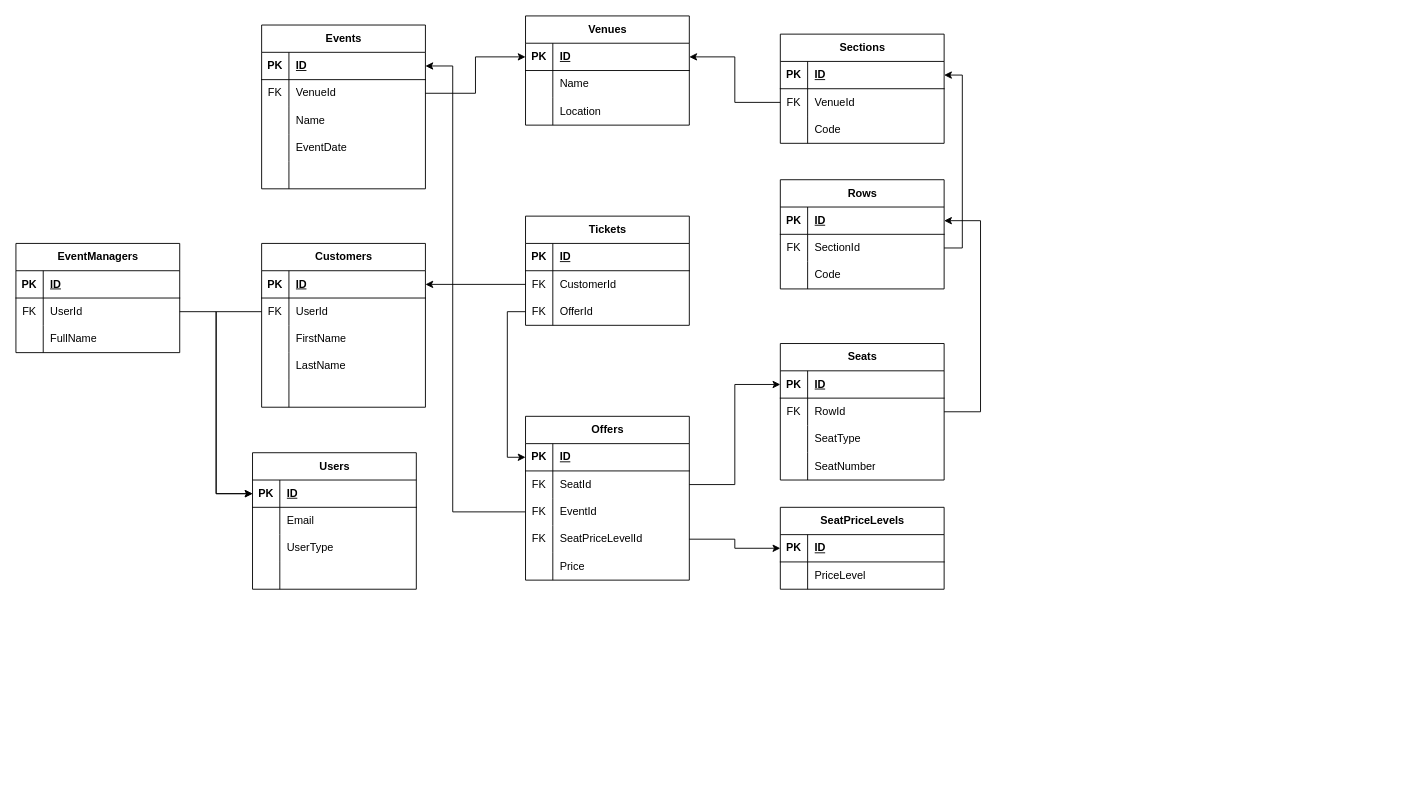
The draw.io diagram module2_persistance/draft_schema.drawio in kuzmich-oleg/net-mentoring-intermediate-plus, before the edit. Source tidied: cells renumbered, new cells numbered last; positions are measured from the earlier drawing's top-left corner, leaving out a move shared by most shapes. Both pictures are drawn from the tidied source at 91%, with x=0, y=0 at pixel (15, 15).
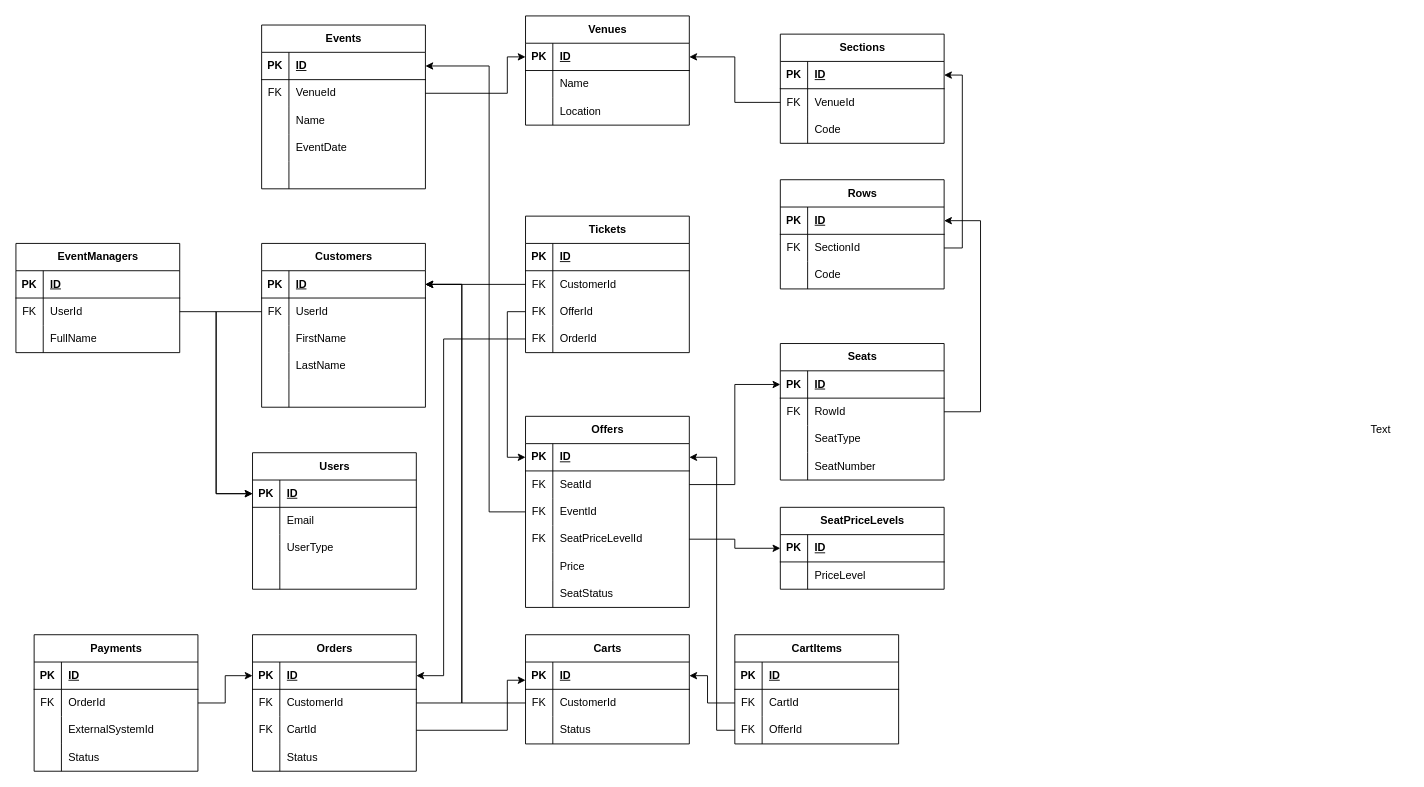
After the change.

Unchanged cells that the change refers to:
```xml
<mxCell id="3" style="shape=tableRow;horizontal=0;startSize=0;swimlaneHead=0;swimlaneBody=0;fillColor=none;points=[[0,0.5],[1,0.5]];portConstraint=eastwest;top=0;left=0;right=0;bottom=1;" parent="2" vertex="1">
  <mxGeometry y="30" width="180" height="30" as="geometry" />
</mxCell>
<mxCell id="13" style="shape=tableRow;horizontal=0;startSize=0;swimlaneHead=0;swimlaneBody=0;fillColor=none;points=[[0,0.5],[1,0.5]];portConstraint=eastwest;top=0;left=0;right=0;bottom=1;" parent="12" vertex="1">
  <mxGeometry y="30" width="180" height="30" as="geometry" />
</mxCell>
<mxCell id="16" style="shape=tableRow;horizontal=0;startSize=0;swimlaneHead=0;swimlaneBody=0;fillColor=none;points=[[0,0.5],[1,0.5]];portConstraint=eastwest;top=0;left=0;right=0;bottom=0;" parent="12" vertex="1">
  <mxGeometry y="60" width="180" height="30" as="geometry" />
</mxCell>
<mxCell id="71" style="shape=tableRow;horizontal=0;startSize=0;swimlaneHead=0;swimlaneBody=0;fillColor=none;points=[[0,0.5],[1,0.5]];portConstraint=eastwest;top=0;left=0;right=0;bottom=1;" parent="70" vertex="1">
  <mxGeometry y="30" width="180" height="30" as="geometry" />
</mxCell>
<mxCell id="88" style="shape=tableRow;horizontal=0;startSize=0;swimlaneHead=0;swimlaneBody=0;fillColor=none;points=[[0,0.5],[1,0.5]];portConstraint=eastwest;top=0;left=0;right=0;bottom=1;" parent="87" vertex="1">
  <mxGeometry y="30" width="180" height="30" as="geometry" />
</mxCell>
<mxCell id="94" style="shape=tableRow;horizontal=0;startSize=0;swimlaneHead=0;swimlaneBody=0;fillColor=none;points=[[0,0.5],[1,0.5]];portConstraint=eastwest;top=0;left=0;right=0;bottom=0;" parent="87" vertex="1">
  <mxGeometry y="90" width="180" height="30" as="geometry" />
</mxCell>
```

Change to the diagram source:
```diff
@@
     <mxCell id="28" style="edgeStyle=orthogonalEdgeStyle;rounded=0;jettySize=auto;html=1;exitX=1;exitY=0.5;exitDx=0;exitDy=0;entryX=0;entryY=0.5;entryDx=0;entryDy=0;" parent="1" edge="1" source="16" target="3">
-      <mxGeometry relative="1" as="geometry" />
+      <mxGeometry relative="1" as="geometry">
+        <Array as="points">
+          <mxPoint x="540" y="85" />
+          <mxPoint x="540" y="45" />
+        </Array>
+      </mxGeometry>
     </mxCell>
@@
     <mxCell id="53" value="Tickets" style="shape=table;startSize=30;childLayout=tableLayout;rowLines=0;fontStyle=1;align=center;html=1;" parent="1" vertex="1">
-      <mxGeometry x="560" y="220" width="180" height="120" as="geometry" />
+      <mxGeometry x="560" y="220" width="180" height="150" as="geometry" />
     </mxCell>
@@
+    <mxCell id="144" style="shape=tableRow;horizontal=0;startSize=0;swimlaneHead=0;swimlaneBody=0;fillColor=none;points=[[0,0.5],[1,0.5]];portConstraint=eastwest;top=0;left=0;right=0;bottom=0;" parent="53" vertex="1">
+      <mxGeometry y="120" width="180" height="30" as="geometry" />
+    </mxCell>
+    <mxCell id="145" value="FK" style="shape=partialRectangle;fillColor=none;top=0;left=0;bottom=0;right=0;overflow=hidden;whiteSpace=wrap;html=1;" parent="144" vertex="1">
+      <mxGeometry width="30" height="30" as="geometry" />
+    </mxCell>
+    <mxCell id="146" value="OrderId" style="shape=partialRectangle;fillColor=none;top=0;left=0;bottom=0;right=0;align=left;spacingLeft=6;overflow=hidden;whiteSpace=wrap;html=1;" parent="144" vertex="1">
+      <mxGeometry x="30" width="150" height="30" as="geometry" />
+    </mxCell>
@@
     <mxCell id="87" value="Offers" style="shape=table;startSize=30;childLayout=tableLayout;rowLines=0;fontStyle=1;align=center;html=1;" parent="1" vertex="1">
-      <mxGeometry x="560" y="440" width="180" height="180" as="geometry" />
+      <mxGeometry x="560" y="440" width="180" height="210" as="geometry" />
     </mxCell>
@@
+    <mxCell id="147" style="shape=tableRow;horizontal=0;startSize=0;swimlaneHead=0;swimlaneBody=0;fillColor=none;top=0;left=0;right=0;bottom=0;" parent="87" vertex="1">
+      <mxGeometry y="180" width="180" height="30" as="geometry" />
+    </mxCell>
+    <mxCell id="148" style="shape=partialRectangle;fillColor=none;top=0;left=0;bottom=0;right=0;overflow=hidden;whiteSpace=wrap;html=1;" parent="147" vertex="1">
+      <mxGeometry width="30" height="30" as="geometry" />
+    </mxCell>
+    <mxCell id="149" value="SeatStatus" style="shape=partialRectangle;fillColor=none;top=0;left=0;bottom=0;right=0;align=left;spacingLeft=6;overflow=hidden;whiteSpace=wrap;html=1;" parent="147" vertex="1">
+      <mxGeometry x="30" width="150" height="30" as="geometry" />
+    </mxCell>
@@
     <mxCell id="142" style="edgeStyle=orthogonalEdgeStyle;rounded=0;jettySize=auto;html=1;exitX=0;exitY=0.5;exitDx=0;exitDy=0;entryX=1;entryY=0.5;entryDx=0;entryDy=0;" parent="1" edge="1" source="94" target="13">
       <mxGeometry relative="1" as="geometry">
         <Array as="points">
-          <mxPoint x="480" y="545" />
-          <mxPoint x="480" y="55" />
+          <mxPoint x="520" y="545" />
+          <mxPoint x="520" y="55" />
         </Array>
       </mxGeometry>
     </mxCell>
@@
+    <mxCell id="150" value="Carts" style="shape=table;startSize=30;childLayout=tableLayout;rowLines=0;fontStyle=1;align=center;html=1;" parent="1" vertex="1">
+      <mxGeometry x="560" y="680" width="180" height="120" as="geometry" />
+    </mxCell>
+    <mxCell id="151" style="shape=tableRow;horizontal=0;startSize=0;swimlaneHead=0;swimlaneBody=0;fillColor=none;points=[[0,0.5],[1,0.5]];portConstraint=eastwest;top=0;left=0;right=0;bottom=1;" parent="150" vertex="1">
+      <mxGeometry y="30" width="180" height="30" as="geometry" />
+    </mxCell>
+    <mxCell id="152" value="PK" style="shape=partialRectangle;fillColor=none;top=0;left=0;bottom=0;right=0;fontStyle=1;overflow=hidden;whiteSpace=wrap;html=1;" parent="151" vertex="1">
+      <mxGeometry width="30" height="30" as="geometry" />
+    </mxCell>
+    <mxCell id="153" value="ID" style="shape=partialRectangle;fillColor=none;top=0;left=0;bottom=0;right=0;align=left;spacingLeft=6;fontStyle=5;overflow=hidden;whiteSpace=wrap;html=1;" parent="151" vertex="1">
+      <mxGeometry x="30" width="150" height="30" as="geometry" />
+    </mxCell>
+    <mxCell id="154" style="shape=tableRow;horizontal=0;startSize=0;swimlaneHead=0;swimlaneBody=0;fillColor=none;points=[[0,0.5],[1,0.5]];portConstraint=eastwest;top=0;left=0;right=0;bottom=0;" parent="150" vertex="1">
+      <mxGeometry y="60" width="180" height="30" as="geometry" />
+    </mxCell>
+    <mxCell id="155" value="FK" style="shape=partialRectangle;fillColor=none;top=0;left=0;bottom=0;right=0;overflow=hidden;whiteSpace=wrap;html=1;" parent="154" vertex="1">
+      <mxGeometry width="30" height="30" as="geometry" />
+    </mxCell>
+    <mxCell id="156" value="CustomerId" style="shape=partialRectangle;fillColor=none;top=0;left=0;bottom=0;right=0;align=left;spacingLeft=6;overflow=hidden;whiteSpace=wrap;html=1;" parent="154" vertex="1">
+      <mxGeometry x="30" width="150" height="30" as="geometry" />
+    </mxCell>
+    <mxCell id="157" style="shape=tableRow;horizontal=0;startSize=0;swimlaneHead=0;swimlaneBody=0;fillColor=none;top=0;left=0;right=0;bottom=0;" parent="150" vertex="1">
+      <mxGeometry y="90" width="180" height="30" as="geometry" />
+    </mxCell>
+    <mxCell id="158" style="shape=partialRectangle;fillColor=none;top=0;left=0;bottom=0;right=0;overflow=hidden;whiteSpace=wrap;html=1;" parent="157" vertex="1">
+      <mxGeometry width="30" height="30" as="geometry" />
+    </mxCell>
+    <mxCell id="159" value="Status" style="shape=partialRectangle;fillColor=none;top=0;left=0;bottom=0;right=0;align=left;spacingLeft=6;overflow=hidden;whiteSpace=wrap;html=1;" parent="157" vertex="1">
+      <mxGeometry x="30" width="150" height="30" as="geometry" />
+    </mxCell>
+    <mxCell id="160" value="CartItems" style="shape=table;startSize=30;childLayout=tableLayout;rowLines=0;fontStyle=1;align=center;html=1;" parent="1" vertex="1">
+      <mxGeometry x="790" y="680" width="180" height="120" as="geometry" />
+    </mxCell>
+    <mxCell id="161" style="shape=tableRow;horizontal=0;startSize=0;swimlaneHead=0;swimlaneBody=0;fillColor=none;top=0;left=0;right=0;bottom=1;" parent="160" vertex="1">
+      <mxGeometry y="30" width="180" height="30" as="geometry" />
+    </mxCell>
+    <mxCell id="162" value="PK" style="shape=partialRectangle;fillColor=none;top=0;left=0;bottom=0;right=0;fontStyle=1;overflow=hidden;whiteSpace=wrap;html=1;" parent="161" vertex="1">
+      <mxGeometry width="30" height="30" as="geometry" />
+    </mxCell>
+    <mxCell id="163" value="ID" style="shape=partialRectangle;fillColor=none;top=0;left=0;bottom=0;right=0;align=left;spacingLeft=6;fontStyle=5;overflow=hidden;whiteSpace=wrap;html=1;" parent="161" vertex="1">
+      <mxGeometry x="30" width="150" height="30" as="geometry" />
+    </mxCell>
+    <mxCell id="164" style="shape=tableRow;horizontal=0;startSize=0;swimlaneHead=0;swimlaneBody=0;fillColor=none;points=[[0,0.5],[1,0.5]];portConstraint=eastwest;top=0;left=0;right=0;bottom=0;" parent="160" vertex="1">
+      <mxGeometry y="60" width="180" height="30" as="geometry" />
+    </mxCell>
+    <mxCell id="165" value="FK" style="shape=partialRectangle;fillColor=none;top=0;left=0;bottom=0;right=0;overflow=hidden;whiteSpace=wrap;html=1;" parent="164" vertex="1">
+      <mxGeometry width="30" height="30" as="geometry" />
+    </mxCell>
+    <mxCell id="166" value="CartId" style="shape=partialRectangle;fillColor=none;top=0;left=0;bottom=0;right=0;align=left;spacingLeft=6;overflow=hidden;whiteSpace=wrap;html=1;" parent="164" vertex="1">
+      <mxGeometry x="30" width="150" height="30" as="geometry" />
+    </mxCell>
+    <mxCell id="167" style="shape=tableRow;horizontal=0;startSize=0;swimlaneHead=0;swimlaneBody=0;fillColor=none;points=[[0,0.5],[1,0.5]];portConstraint=eastwest;top=0;left=0;right=0;bottom=0;" parent="160" vertex="1">
+      <mxGeometry y="90" width="180" height="30" as="geometry" />
+    </mxCell>
+    <mxCell id="168" value="FK" style="shape=partialRectangle;fillColor=none;top=0;left=0;bottom=0;right=0;overflow=hidden;whiteSpace=wrap;html=1;" parent="167" vertex="1">
+      <mxGeometry width="30" height="30" as="geometry" />
+    </mxCell>
+    <mxCell id="169" value="OfferId" style="shape=partialRectangle;fillColor=none;top=0;left=0;bottom=0;right=0;align=left;spacingLeft=6;overflow=hidden;whiteSpace=wrap;html=1;" parent="167" vertex="1">
+      <mxGeometry x="30" width="150" height="30" as="geometry" />
+    </mxCell>
+    <mxCell id="170" style="edgeStyle=orthogonalEdgeStyle;rounded=0;jettySize=auto;html=1;exitX=0;exitY=0.5;exitDx=0;exitDy=0;entryX=1;entryY=0.5;entryDx=0;entryDy=0;" parent="1" edge="1" source="164" target="151">
+      <mxGeometry relative="1" as="geometry">
+        <Array as="points">
+          <mxPoint x="760" y="755" />
+          <mxPoint x="760" y="725" />
+        </Array>
+      </mxGeometry>
+    </mxCell>
+    <mxCell id="171" style="edgeStyle=orthogonalEdgeStyle;rounded=0;jettySize=auto;html=1;exitX=0;exitY=0.5;exitDx=0;exitDy=0;entryX=1;entryY=0.5;entryDx=0;entryDy=0;" parent="1" edge="1" source="167" target="88">
+      <mxGeometry relative="1" as="geometry">
+        <Array as="points">
+          <mxPoint x="770" y="785" />
+          <mxPoint x="770" y="485" />
+        </Array>
+      </mxGeometry>
+    </mxCell>
+    <mxCell id="172" value="Orders" style="shape=table;startSize=30;childLayout=tableLayout;rowLines=0;fontStyle=1;align=center;html=1;" parent="1" vertex="1">
+      <mxGeometry x="260" y="680" width="180" height="150" as="geometry" />
+    </mxCell>
+    <mxCell id="173" style="shape=tableRow;horizontal=0;startSize=0;swimlaneHead=0;swimlaneBody=0;fillColor=none;points=[[0,0.5],[1,0.5]];portConstraint=eastwest;top=0;left=0;right=0;bottom=1;" parent="172" vertex="1">
+      <mxGeometry y="30" width="180" height="30" as="geometry" />
+    </mxCell>
+    <mxCell id="174" value="PK" style="shape=partialRectangle;fillColor=none;top=0;left=0;bottom=0;right=0;fontStyle=1;overflow=hidden;whiteSpace=wrap;html=1;" parent="173" vertex="1">
+      <mxGeometry width="30" height="30" as="geometry" />
+    </mxCell>
+    <mxCell id="175" value="ID" style="shape=partialRectangle;fillColor=none;top=0;left=0;bottom=0;right=0;align=left;spacingLeft=6;fontStyle=5;overflow=hidden;whiteSpace=wrap;html=1;" parent="173" vertex="1">
+      <mxGeometry x="30" width="150" height="30" as="geometry" />
+    </mxCell>
+    <mxCell id="176" style="shape=tableRow;horizontal=0;startSize=0;swimlaneHead=0;swimlaneBody=0;fillColor=none;points=[[0,0.5],[1,0.5]];portConstraint=eastwest;top=0;left=0;right=0;bottom=0;" parent="172" vertex="1">
+      <mxGeometry y="60" width="180" height="30" as="geometry" />
+    </mxCell>
+    <mxCell id="177" value="FK" style="shape=partialRectangle;fillColor=none;top=0;left=0;bottom=0;right=0;overflow=hidden;whiteSpace=wrap;html=1;" parent="176" vertex="1">
+      <mxGeometry width="30" height="30" as="geometry" />
+    </mxCell>
+    <mxCell id="178" value="CustomerId" style="shape=partialRectangle;fillColor=none;top=0;left=0;bottom=0;right=0;align=left;spacingLeft=6;overflow=hidden;whiteSpace=wrap;html=1;" parent="176" vertex="1">
+      <mxGeometry x="30" width="150" height="30" as="geometry" />
+    </mxCell>
+    <mxCell id="179" style="shape=tableRow;horizontal=0;startSize=0;swimlaneHead=0;swimlaneBody=0;fillColor=none;points=[[0,0.5],[1,0.5]];portConstraint=eastwest;top=0;left=0;right=0;bottom=0;" parent="172" vertex="1">
+      <mxGeometry y="90" width="180" height="30" as="geometry" />
+    </mxCell>
+    <mxCell id="180" value="FK" style="shape=partialRectangle;fillColor=none;top=0;left=0;bottom=0;right=0;overflow=hidden;whiteSpace=wrap;html=1;" parent="179" vertex="1">
+      <mxGeometry width="30" height="30" as="geometry" />
+    </mxCell>
+    <mxCell id="181" value="CartId" style="shape=partialRectangle;fillColor=none;top=0;left=0;bottom=0;right=0;align=left;spacingLeft=6;overflow=hidden;whiteSpace=wrap;html=1;" parent="179" vertex="1">
+      <mxGeometry x="30" width="150" height="30" as="geometry" />
+    </mxCell>
+    <mxCell id="182" style="shape=tableRow;horizontal=0;startSize=0;swimlaneHead=0;swimlaneBody=0;fillColor=none;top=0;left=0;right=0;bottom=0;" parent="172" vertex="1">
+      <mxGeometry y="120" width="180" height="30" as="geometry" />
+    </mxCell>
+    <mxCell id="183" style="shape=partialRectangle;fillColor=none;top=0;left=0;bottom=0;right=0;overflow=hidden;whiteSpace=wrap;html=1;" parent="182" vertex="1">
+      <mxGeometry width="30" height="30" as="geometry" />
+    </mxCell>
+    <mxCell id="184" value="Status" style="shape=partialRectangle;fillColor=none;top=0;left=0;bottom=0;right=0;align=left;spacingLeft=6;overflow=hidden;whiteSpace=wrap;html=1;" parent="182" vertex="1">
+      <mxGeometry x="30" width="150" height="30" as="geometry" />
+    </mxCell>
+    <mxCell id="185" value="Payments" style="shape=table;startSize=30;childLayout=tableLayout;rowLines=0;fontStyle=1;align=center;html=1;" parent="1" vertex="1">
+      <mxGeometry x="20" y="680" width="180" height="150" as="geometry" />
+    </mxCell>
+    <mxCell id="186" style="shape=tableRow;horizontal=0;startSize=0;swimlaneHead=0;swimlaneBody=0;fillColor=none;top=0;left=0;right=0;bottom=1;" parent="185" vertex="1">
+      <mxGeometry y="30" width="180" height="30" as="geometry" />
+    </mxCell>
+    <mxCell id="187" value="PK" style="shape=partialRectangle;fillColor=none;top=0;left=0;bottom=0;right=0;fontStyle=1;overflow=hidden;whiteSpace=wrap;html=1;" parent="186" vertex="1">
+      <mxGeometry width="30" height="30" as="geometry" />
+    </mxCell>
+    <mxCell id="188" value="ID" style="shape=partialRectangle;fillColor=none;top=0;left=0;bottom=0;right=0;align=left;spacingLeft=6;fontStyle=5;overflow=hidden;whiteSpace=wrap;html=1;" parent="186" vertex="1">
+      <mxGeometry x="30" width="150" height="30" as="geometry" />
+    </mxCell>
+    <mxCell id="189" style="shape=tableRow;horizontal=0;startSize=0;swimlaneHead=0;swimlaneBody=0;fillColor=none;points=[[0,0.5],[1,0.5]];portConstraint=eastwest;top=0;left=0;right=0;bottom=0;" parent="185" vertex="1">
+      <mxGeometry y="60" width="180" height="30" as="geometry" />
+    </mxCell>
+    <mxCell id="190" value="FK" style="shape=partialRectangle;fillColor=none;top=0;left=0;bottom=0;right=0;overflow=hidden;whiteSpace=wrap;html=1;" parent="189" vertex="1">
+      <mxGeometry width="30" height="30" as="geometry" />
+    </mxCell>
+    <mxCell id="191" value="OrderId" style="shape=partialRectangle;fillColor=none;top=0;left=0;bottom=0;right=0;align=left;spacingLeft=6;overflow=hidden;whiteSpace=wrap;html=1;" parent="189" vertex="1">
+      <mxGeometry x="30" width="150" height="30" as="geometry" />
+    </mxCell>
+    <mxCell id="192" style="shape=tableRow;horizontal=0;startSize=0;swimlaneHead=0;swimlaneBody=0;fillColor=none;top=0;left=0;right=0;bottom=0;" parent="185" vertex="1">
+      <mxGeometry y="90" width="180" height="30" as="geometry" />
+    </mxCell>
+    <mxCell id="193" style="shape=partialRectangle;fillColor=none;top=0;left=0;bottom=0;right=0;overflow=hidden;whiteSpace=wrap;html=1;" parent="192" vertex="1">
+      <mxGeometry width="30" height="30" as="geometry" />
+    </mxCell>
+    <mxCell id="194" value="ExternalSystemId" style="shape=partialRectangle;fillColor=none;top=0;left=0;bottom=0;right=0;align=left;spacingLeft=6;overflow=hidden;whiteSpace=wrap;html=1;" parent="192" vertex="1">
+      <mxGeometry x="30" width="150" height="30" as="geometry" />
+    </mxCell>
+    <mxCell id="195" style="shape=tableRow;horizontal=0;startSize=0;swimlaneHead=0;swimlaneBody=0;fillColor=none;top=0;left=0;right=0;bottom=0;" parent="185" vertex="1">
+      <mxGeometry y="120" width="180" height="30" as="geometry" />
+    </mxCell>
+    <mxCell id="196" style="shape=partialRectangle;fillColor=none;top=0;left=0;bottom=0;right=0;overflow=hidden;whiteSpace=wrap;html=1;" parent="195" vertex="1">
+      <mxGeometry width="30" height="30" as="geometry" />
+    </mxCell>
+    <mxCell id="197" value="Status" style="shape=partialRectangle;fillColor=none;top=0;left=0;bottom=0;right=0;align=left;spacingLeft=6;overflow=hidden;whiteSpace=wrap;html=1;" parent="195" vertex="1">
+      <mxGeometry x="30" width="150" height="30" as="geometry" />
+    </mxCell>
+    <mxCell id="198" style="edgeStyle=orthogonalEdgeStyle;rounded=0;jettySize=auto;html=1;exitX=0;exitY=0.5;exitDx=0;exitDy=0;entryX=1;entryY=0.5;entryDx=0;entryDy=0;" parent="1" edge="1" source="154" target="71">
+      <mxGeometry relative="1" as="geometry">
+        <Array as="points">
+          <mxPoint x="490" y="755" />
+          <mxPoint x="490" y="295" />
+        </Array>
+      </mxGeometry>
+    </mxCell>
+    <mxCell id="199" style="edgeStyle=orthogonalEdgeStyle;rounded=0;jettySize=auto;html=1;exitX=1;exitY=0.5;exitDx=0;exitDy=0;entryX=0;entryY=0.667;entryDx=0;entryDy=0;entryPerimeter=0;" parent="1" edge="1" source="179" target="151">
+      <mxGeometry relative="1" as="geometry">
+        <Array as="points">
+          <mxPoint x="540" y="785" />
+          <mxPoint x="540" y="730" />
+        </Array>
+      </mxGeometry>
+    </mxCell>
+    <mxCell id="200" style="edgeStyle=orthogonalEdgeStyle;rounded=0;jettySize=auto;html=1;exitX=1;exitY=0.5;exitDx=0;exitDy=0;entryX=1;entryY=0.5;entryDx=0;entryDy=0;" parent="1" edge="1" source="176" target="71">
+      <mxGeometry relative="1" as="geometry">
+        <Array as="points">
+          <mxPoint x="490" y="755" />
+          <mxPoint x="490" y="295" />
+        </Array>
+      </mxGeometry>
+    </mxCell>
+    <mxCell id="201" style="edgeStyle=orthogonalEdgeStyle;rounded=0;jettySize=auto;html=1;exitX=1;exitY=0.5;exitDx=0;exitDy=0;entryX=0;entryY=0.5;entryDx=0;entryDy=0;" parent="1" edge="1" source="189" target="173">
+      <mxGeometry relative="1" as="geometry" />
+    </mxCell>
+    <mxCell id="202" style="edgeStyle=orthogonalEdgeStyle;rounded=0;jettySize=auto;html=1;exitX=0;exitY=0.5;exitDx=0;exitDy=0;entryX=1;entryY=0.5;entryDx=0;entryDy=0;" parent="1" edge="1" source="144" target="173">
+      <mxGeometry relative="1" as="geometry">
+        <Array as="points">
+          <mxPoint x="470" y="355" />
+          <mxPoint x="470" y="725" />
+        </Array>
+      </mxGeometry>
+    </mxCell>
+    <mxCell id="203" value="Text" style="text;html=1;whiteSpace=wrap;strokeColor=none;fillColor=none;align=center;verticalAlign=middle;rounded=0;" parent="1" vertex="1">
+      <mxGeometry x="1470" y="440" width="60" height="30" as="geometry" />
+    </mxCell>
```
